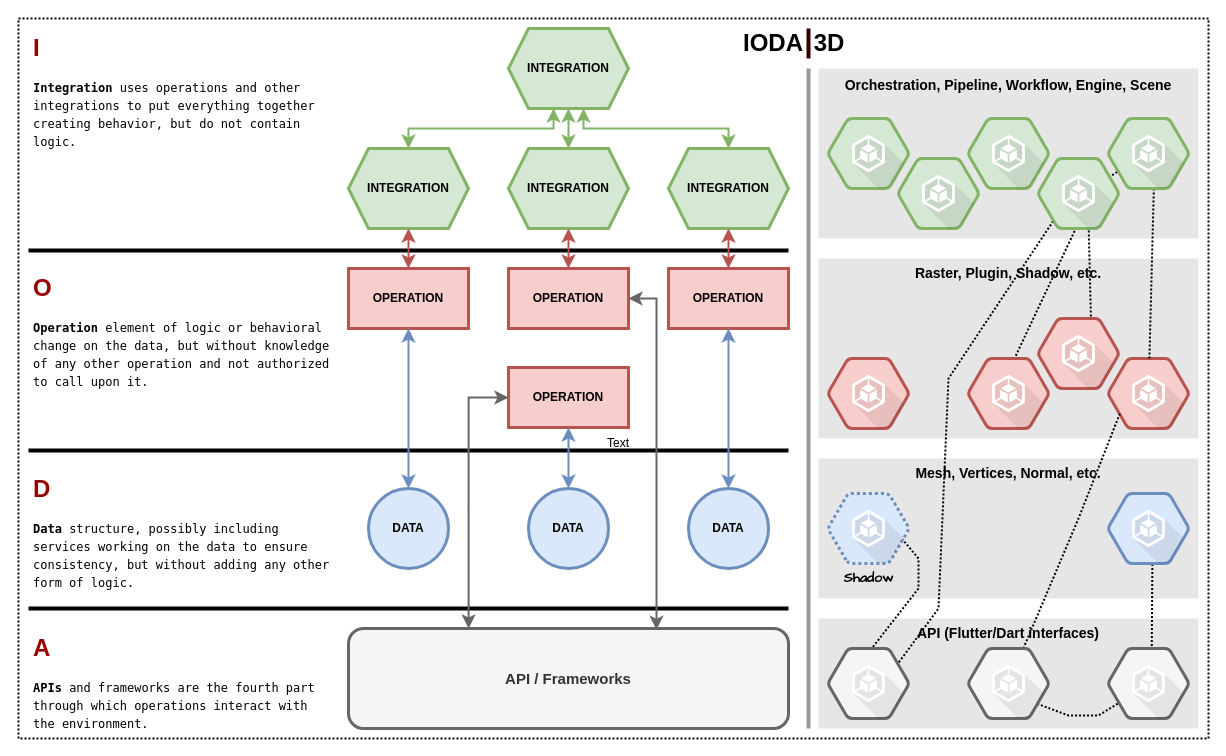
Before: page "IODA Principes" (2 of 2) of doc/asserts/ioda3d.drawio in rdemers/org_framework_ioda3d, a draw.io diagram. Source tidied: cells renumbered, new cells numbered last; positions are measured from the earlier drawing's top-left corner, leaving out a move shared by most shapes. Both pictures are drawn from the tidied source at 100%, with x=0, y=0 at pixel (18, 18).
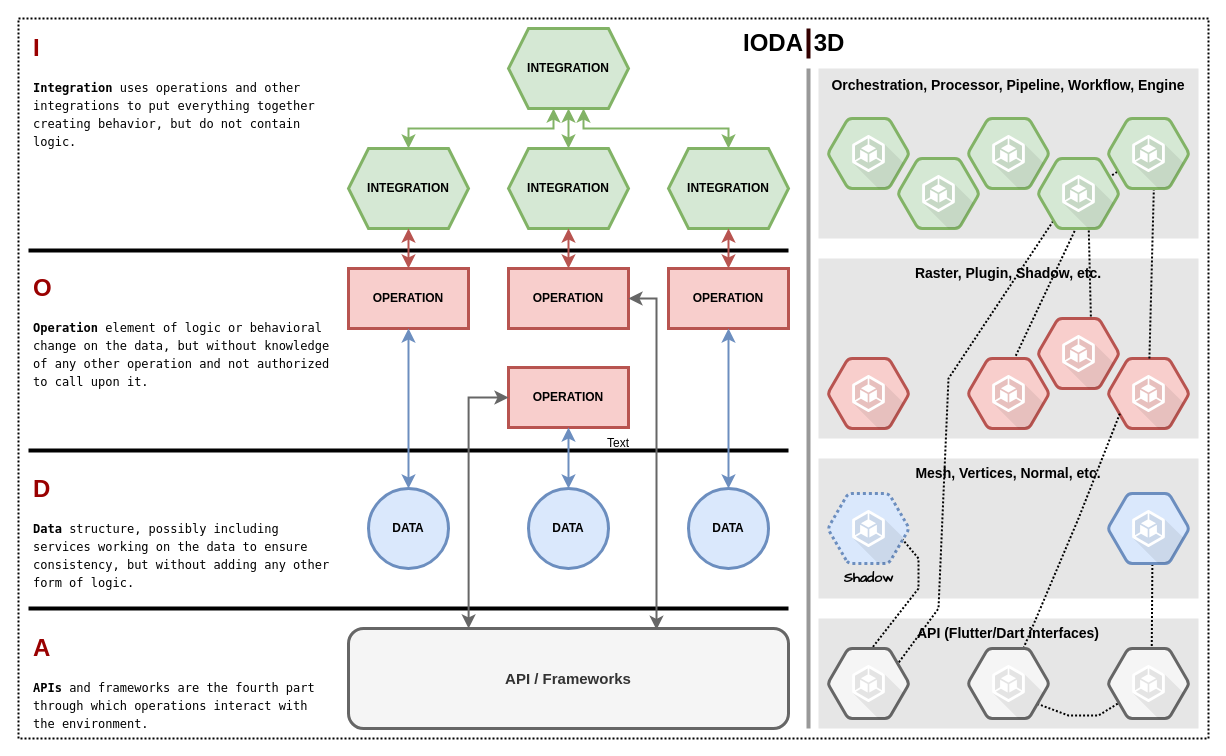
After the change.

Diff of the diagram source:
```diff
@@
-    <mxCell id="6" value="&lt;font style=&quot;font-size: 14px;&quot;&gt;Orchestration, Pipeline, Workflow, Engine, Scene&lt;/font&gt;" style="text;html=1;strokeColor=none;fillColor=#E6E6E6;align=center;verticalAlign=top;whiteSpace=wrap;rounded=0;strokeWidth=1;fontSize=16;fontStyle=1;" parent="1" vertex="1">
+    <mxCell id="6" value="&lt;font style=&quot;font-size: 14px;&quot;&gt;Orchestration, Processor, Pipeline, Workflow, Engine&lt;/font&gt;" style="text;html=1;strokeColor=none;fillColor=#E6E6E6;align=center;verticalAlign=top;whiteSpace=wrap;rounded=0;strokeWidth=1;fontSize=16;fontStyle=1;" parent="1" vertex="1">
       <mxGeometry x="800" y="50" width="380" height="170" as="geometry" />
     </mxCell>
```
